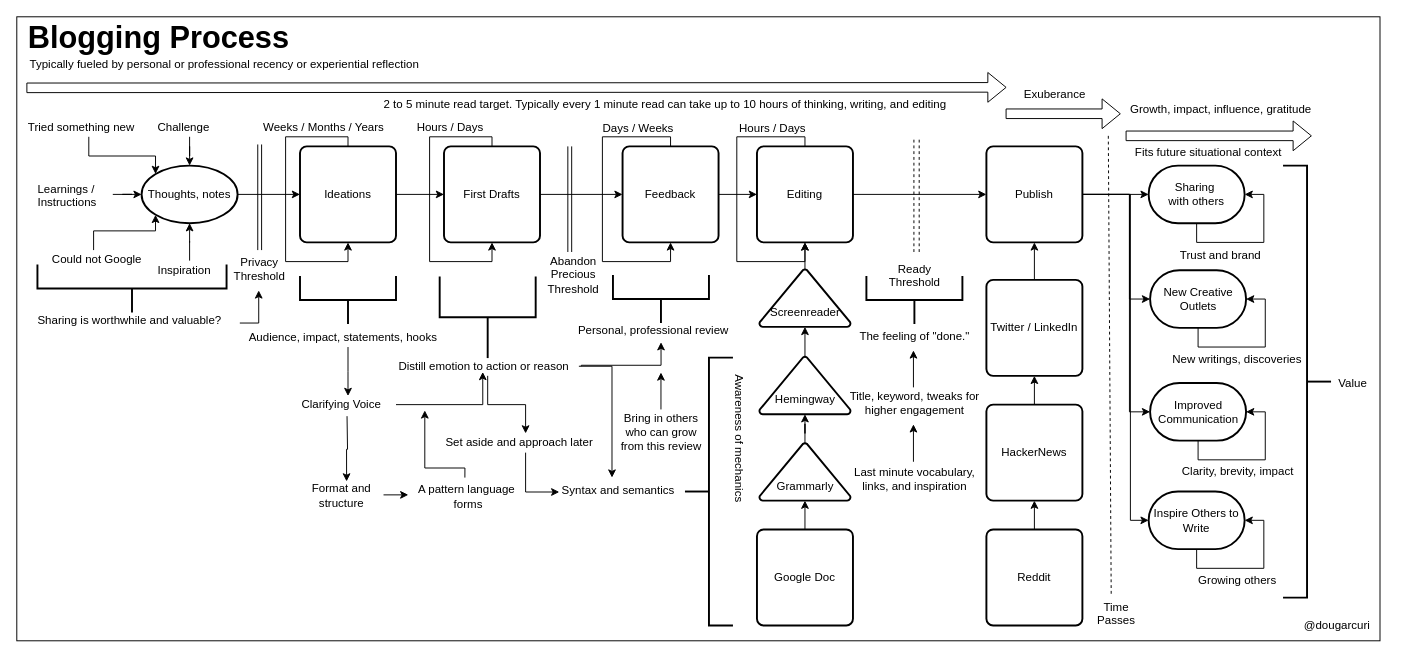
This is mentoring/diagrams/blogging-process.drawio from solidi/learning-notes, a draw.io file, before an edit. Source tidied: cells renumbered, new cells numbered last; positions are measured from the earlier drawing's top-left corner, leaving out a move shared by most shapes. Both pictures are drawn from the tidied source at 96%, with x=0, y=0 at pixel (16, 16).
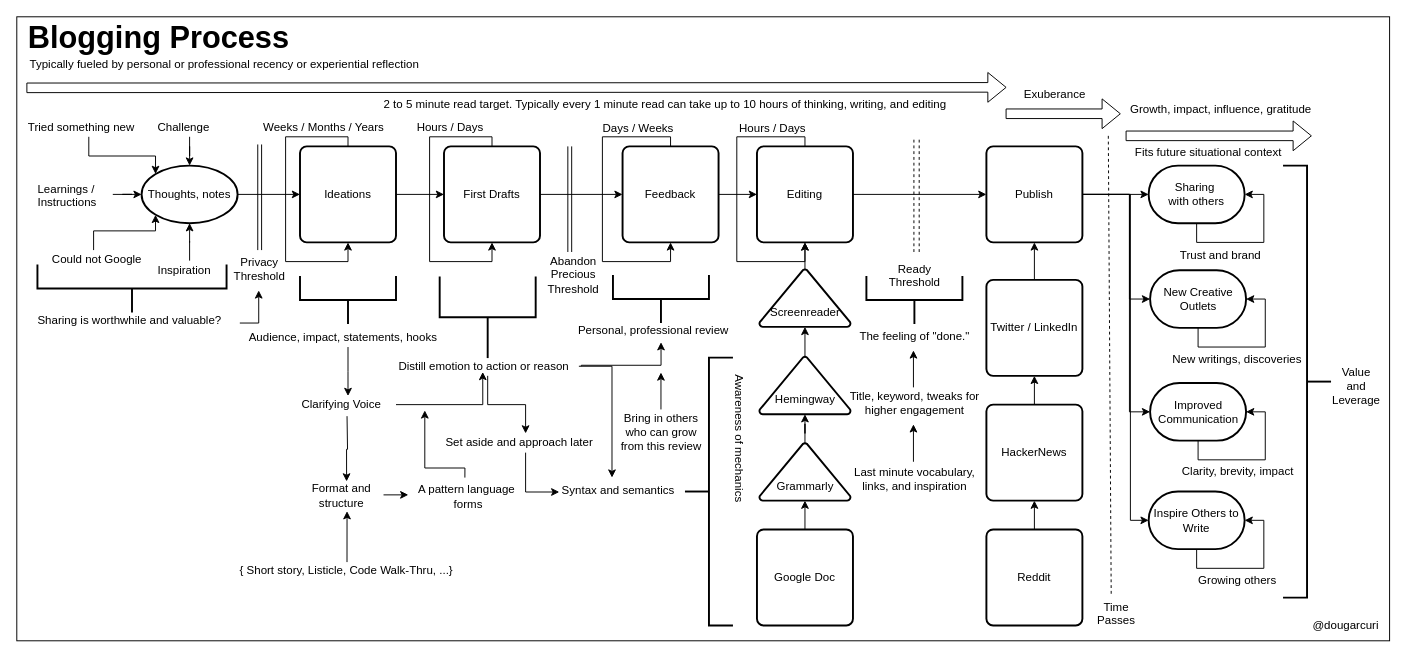
Above is the later version.

Commit message (it also covers changes not shown here):
Add updates to format, structure, and leverage

The change refers to these unchanged cells:
```xml
<mxCell id="112" value="Format and &lt;br&gt;structure" style="text;html=1;align=center;verticalAlign=middle;points=[];" parent="1" vertex="1">
  <mxGeometry x="298" y="484" width="80" height="30" as="geometry" />
</mxCell>
```

Diff of the diagram source:
```diff
@@
     <mxCell id="2" style="rounded=0;whiteSpace=wrap;html=1;align=center;fillColor=none;" parent="1" vertex="1">
-      <mxGeometry width="1420" height="650" as="geometry" />
+      <mxGeometry width="1430" height="650" as="geometry" />
     </mxCell>
@@
-    <mxCell id="85" value="Value" style="text;html=1;align=left;verticalAlign=top;spacingTop=-4;" parent="1" vertex="1">
-      <mxGeometry x="1375" y="371.5" width="50" height="20" as="geometry" />
+    <mxCell id="85" value="Value&lt;br&gt;and &lt;br&gt;Leverage" style="text;html=1;align=center;verticalAlign=top;spacingTop=-4;" parent="1" vertex="1">
+      <mxGeometry x="1360" y="360.5" width="70" height="40" as="geometry" />
     </mxCell>
@@
     <mxCell id="101" value="@dougarcuri" style="text;html=1;align=center;verticalAlign=middle;" parent="1" vertex="1">
-      <mxGeometry x="1335" y="624" width="80" height="20" as="geometry" />
+      <mxGeometry x="1344" y="624" width="80" height="20" as="geometry" />
     </mxCell>
@@
+    <mxCell id="116" style="edgeStyle=orthogonalEdgeStyle;rounded=0;jettySize=auto;html=1;exitX=0.504;exitY=0.075;exitDx=0;exitDy=0;entryX=0.575;entryY=1.033;entryDx=0;entryDy=0;entryPerimeter=0;exitPerimeter=0;" parent="1" edge="1" source="117" target="112">
+      <mxGeometry relative="1" as="geometry" />
+    </mxCell>
+    <mxCell id="117" value="{ Short story, Listicle, Code Walk-Thru, ...}" style="text;html=1;align=center;verticalAlign=middle;points=[];" parent="1" vertex="1">
+      <mxGeometry x="223" y="566.5" width="240" height="20" as="geometry" />
+    </mxCell>
```
